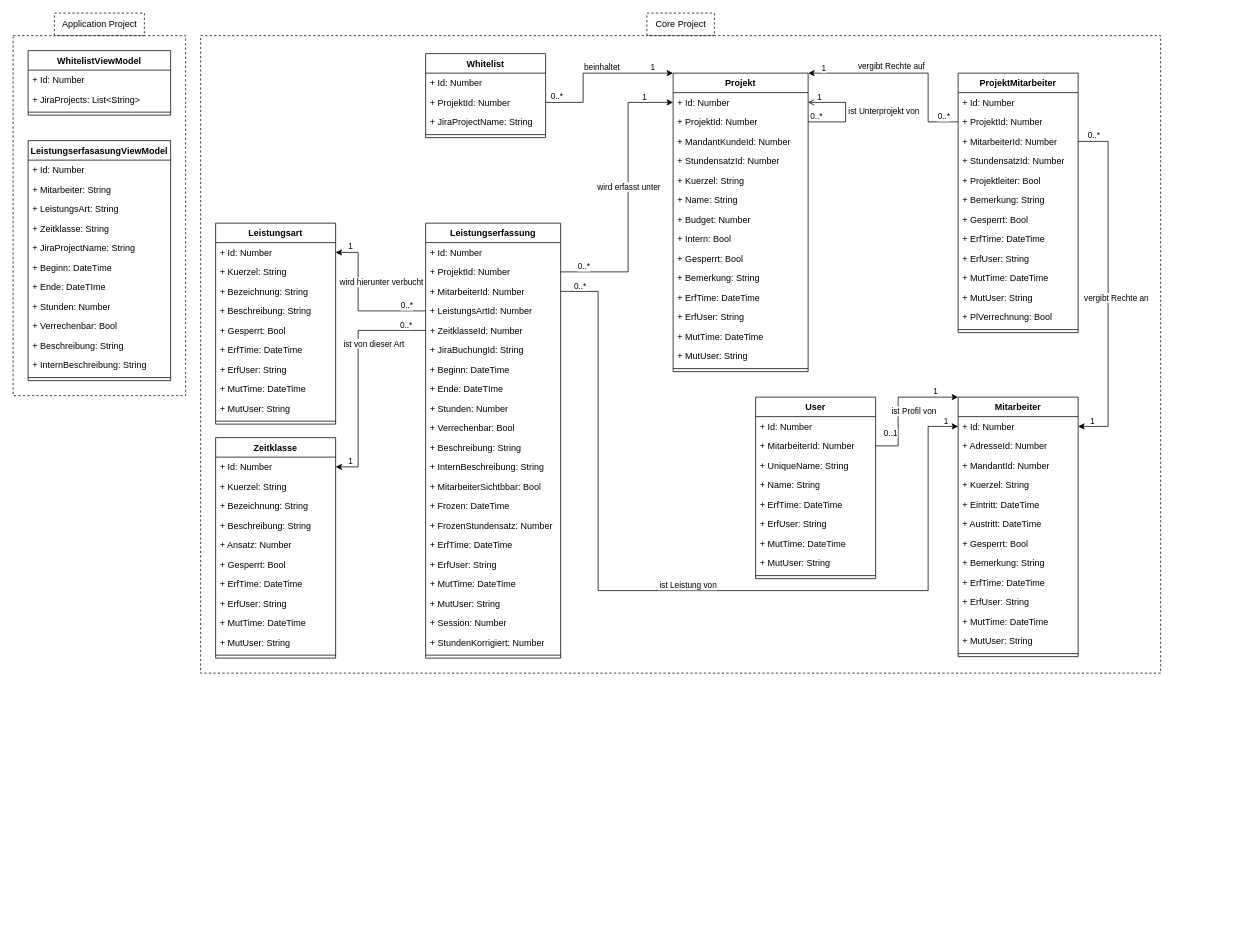
The draw.io diagram Documentation/Architektur/Klassendiagramm.drawio in SIL-Softec/Jira-Synchronizer, before the edit. Source tidied: cells renumbered, new cells numbered last; positions are measured from the earlier drawing's top-left corner, leaving out a move shared by most shapes. Both pictures are drawn from the tidied source at 75%, with x=0, y=0 at pixel (13, 13).
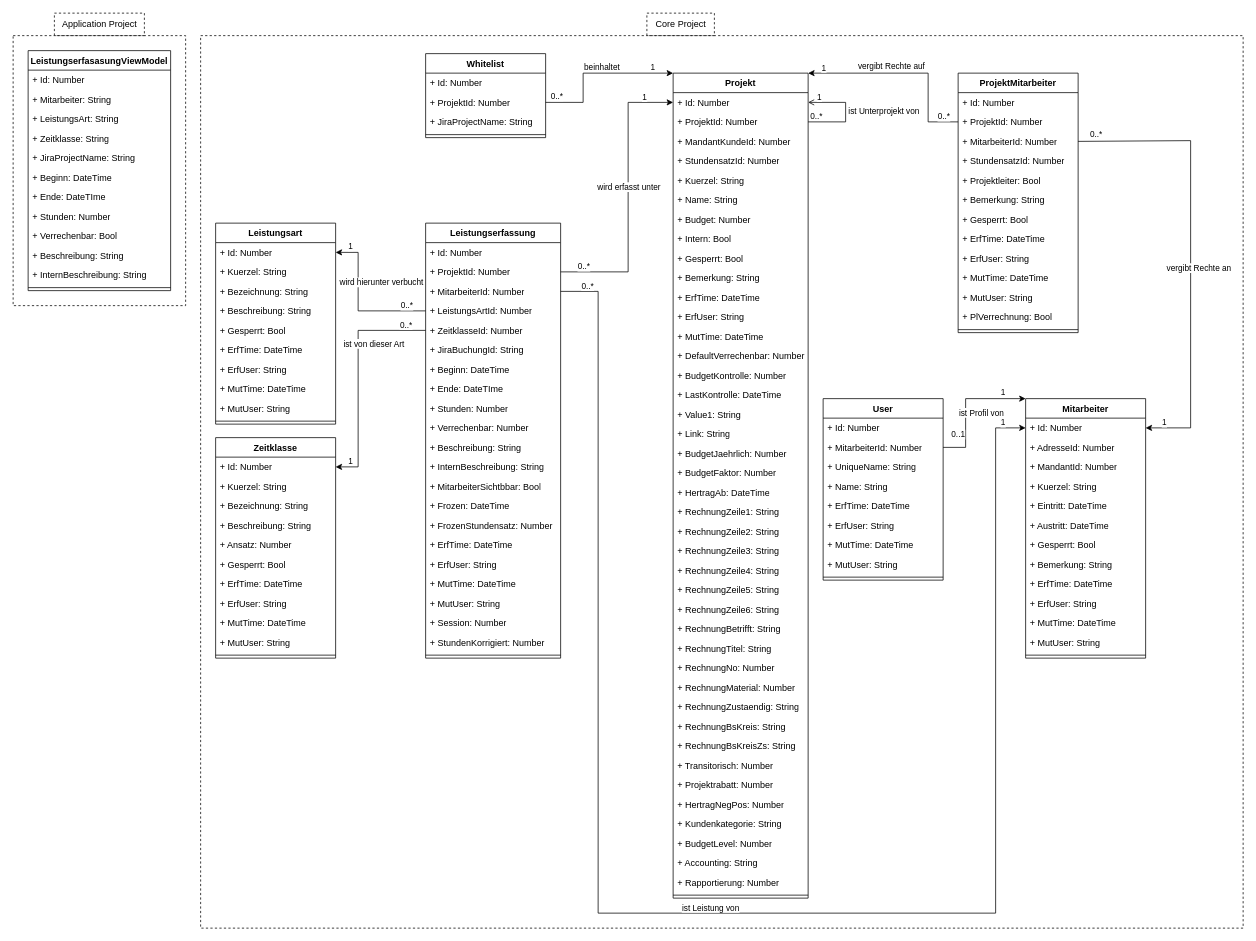
Above is the later version.

The change refers to these unchanged cells:
```xml
<mxCell id="26" value="Leistungserfassung" style="swimlane;fontStyle=1;align=center;verticalAlign=top;horizontal=1;startSize=26;whiteSpace=wrap;html=1;" parent="1" vertex="1">
  <mxGeometry x="550" y="280" width="180" height="580" as="geometry" />
</mxCell>
<mxCell id="29" value="+ MitarbeiterId: Number" style="text;strokeColor=none;fillColor=none;align=left;verticalAlign=top;spacingLeft=4;spacingRight=4;overflow=hidden;points=[[0,0.5],[1,0.5]];portConstraint=eastwest;whiteSpace=wrap;html=1;" parent="26" vertex="1">
  <mxGeometry y="78" width="180" height="26" as="geometry" />
</mxCell>
<mxCell id="72" value="+ MitarbeiterId: Number" style="text;strokeColor=none;fillColor=none;align=left;verticalAlign=top;spacingLeft=4;spacingRight=4;overflow=hidden;points=[[0,0.5],[1,0.5]];portConstraint=eastwest;whiteSpace=wrap;html=1;" parent="69" vertex="1">
  <mxGeometry y="78" width="160" height="26" as="geometry" />
</mxCell>
<mxCell id="107" value="+ Id: Number" style="text;strokeColor=none;fillColor=none;align=left;verticalAlign=top;spacingLeft=4;spacingRight=4;overflow=hidden;points=[[0,0.5],[1,0.5]];portConstraint=eastwest;whiteSpace=wrap;html=1;" parent="106" vertex="1">
  <mxGeometry y="26" width="160" height="26" as="geometry" />
</mxCell>
<mxCell id="122" value="+ MitarbeiterId: Number" style="text;strokeColor=none;fillColor=none;align=left;verticalAlign=top;spacingLeft=4;spacingRight=4;overflow=hidden;points=[[0,0.5],[1,0.5]];portConstraint=eastwest;whiteSpace=wrap;html=1;" parent="120" vertex="1">
  <mxGeometry y="52" width="160" height="26" as="geometry" />
</mxCell>
```

What changed in the source:
```diff
@@
     <mxCell id="2" style="rounded=0;whiteSpace=wrap;html=1;dashed=1;" parent="1" vertex="1">
-      <mxGeometry x="250" y="30" width="1280" height="850" as="geometry" />
+      <mxGeometry x="250" y="30" width="1390" height="1190" as="geometry" />
     </mxCell>
     <mxCell id="3" style="rounded=0;whiteSpace=wrap;html=1;dashed=1;" parent="1" vertex="1">
-      <mxGeometry y="30" width="230" height="480" as="geometry" />
+      <mxGeometry y="30" width="230" height="360" as="geometry" />
     </mxCell>
-    <mxCell id="4" value="WhitelistViewModel" style="swimlane;fontStyle=1;align=center;verticalAlign=top;horizontal=1;startSize=26;whiteSpace=wrap;html=1;" parent="1" vertex="1">
-      <mxGeometry x="20" y="50" width="190" height="86" as="geometry" />
-    </mxCell>
-    <mxCell id="5" value="+ Id: Number" style="text;strokeColor=none;fillColor=none;align=left;verticalAlign=top;spacingLeft=4;spacingRight=4;overflow=hidden;whiteSpace=wrap;html=1;" parent="4" vertex="1">
-      <mxGeometry y="26" width="190" height="26" as="geometry" />
-    </mxCell>
-    <mxCell id="6" value="+ JiraProjects: List&amp;lt;String&amp;gt;" style="text;strokeColor=none;fillColor=none;align=left;verticalAlign=top;spacingLeft=4;spacingRight=4;overflow=hidden;whiteSpace=wrap;html=1;" parent="4" vertex="1">
-      <mxGeometry y="52" width="190" height="26" as="geometry" />
-    </mxCell>
-    <mxCell id="7" style="line;strokeWidth=1;fillColor=none;align=left;verticalAlign=middle;spacingTop=-1;spacingLeft=3;spacingRight=3;labelPosition=right;strokeColor=inherit;" parent="4" vertex="1">
-      <mxGeometry y="78" width="190" height="8" as="geometry" />
-    </mxCell>
     <mxCell id="8" value="LeistungserfasasungViewModel" style="swimlane;fontStyle=1;align=center;verticalAlign=top;horizontal=1;startSize=26;whiteSpace=wrap;html=1;" parent="1" vertex="1">
-      <mxGeometry x="20" y="170" width="190" height="320" as="geometry" />
+      <mxGeometry x="20" y="50" width="190" height="320" as="geometry" />
     </mxCell>
@@
-    <mxCell id="36" value="+ Verrechenbar: Bool" style="text;strokeColor=none;fillColor=none;align=left;verticalAlign=top;spacingLeft=4;spacingRight=4;overflow=hidden;whiteSpace=wrap;html=1;" parent="26" vertex="1">
+    <mxCell id="36" value="+ Verrechenbar: Number" style="text;strokeColor=none;fillColor=none;align=left;verticalAlign=top;spacingLeft=4;spacingRight=4;overflow=hidden;whiteSpace=wrap;html=1;" parent="26" vertex="1">
       <mxGeometry y="260" width="180" height="26" as="geometry" />
     </mxCell>
@@
     <mxCell id="49" value="Projekt" style="swimlane;fontStyle=1;align=center;verticalAlign=top;horizontal=1;startSize=26;whiteSpace=wrap;html=1;" parent="1" vertex="1">
-      <mxGeometry x="880" y="80" width="180" height="398" as="geometry" />
+      <mxGeometry x="880" y="80" width="180" height="1100" as="geometry" />
     </mxCell>
@@
-    <mxCell id="63" value="+ MutUser: String" style="text;strokeColor=none;fillColor=none;align=left;verticalAlign=top;spacingLeft=4;spacingRight=4;overflow=hidden;whiteSpace=wrap;html=1;" parent="49" vertex="1">
-      <mxGeometry y="364" width="180" height="26" as="geometry" />
-    </mxCell>
+    <mxCell id="164" value="+ DefaultVerrechenbar: Number" style="text;strokeColor=none;fillColor=none;align=left;verticalAlign=top;spacingLeft=4;spacingRight=4;overflow=hidden;whiteSpace=wrap;html=1;" parent="49" vertex="1">
+      <mxGeometry y="364" width="180" height="26" as="geometry" />
+    </mxCell>
+    <mxCell id="165" value="+ BudgetKontrolle: Number" style="text;strokeColor=none;fillColor=none;align=left;verticalAlign=top;spacingLeft=4;spacingRight=4;overflow=hidden;whiteSpace=wrap;html=1;" parent="49" vertex="1">
+      <mxGeometry y="390" width="180" height="26" as="geometry" />
+    </mxCell>
+    <mxCell id="166" value="+ LastKontrolle: DateTime" style="text;strokeColor=none;fillColor=none;align=left;verticalAlign=top;spacingLeft=4;spacingRight=4;overflow=hidden;whiteSpace=wrap;html=1;" parent="49" vertex="1">
+      <mxGeometry y="416" width="180" height="26" as="geometry" />
+    </mxCell>
+    <mxCell id="167" value="+ Value1: String" style="text;strokeColor=none;fillColor=none;align=left;verticalAlign=top;spacingLeft=4;spacingRight=4;overflow=hidden;whiteSpace=wrap;html=1;" parent="49" vertex="1">
+      <mxGeometry y="442" width="180" height="26" as="geometry" />
+    </mxCell>
+    <mxCell id="168" value="+ Link: String" style="text;strokeColor=none;fillColor=none;align=left;verticalAlign=top;spacingLeft=4;spacingRight=4;overflow=hidden;whiteSpace=wrap;html=1;" parent="49" vertex="1">
+      <mxGeometry y="468" width="180" height="26" as="geometry" />
+    </mxCell>
+    <mxCell id="169" value="+ BudgetJaehrlich: Number" style="text;strokeColor=none;fillColor=none;align=left;verticalAlign=top;spacingLeft=4;spacingRight=4;overflow=hidden;whiteSpace=wrap;html=1;" parent="49" vertex="1">
+      <mxGeometry y="494" width="180" height="26" as="geometry" />
+    </mxCell>
+    <mxCell id="170" value="+ BudgetFaktor: Number" style="text;strokeColor=none;fillColor=none;align=left;verticalAlign=top;spacingLeft=4;spacingRight=4;overflow=hidden;whiteSpace=wrap;html=1;" parent="49" vertex="1">
+      <mxGeometry y="520" width="180" height="26" as="geometry" />
+    </mxCell>
+    <mxCell id="171" value="+ HertragAb: DateTime" style="text;strokeColor=none;fillColor=none;align=left;verticalAlign=top;spacingLeft=4;spacingRight=4;overflow=hidden;whiteSpace=wrap;html=1;" parent="49" vertex="1">
+      <mxGeometry y="546" width="180" height="26" as="geometry" />
+    </mxCell>
+    <mxCell id="172" value="+ RechnungZeile1: String" style="text;strokeColor=none;fillColor=none;align=left;verticalAlign=top;spacingLeft=4;spacingRight=4;overflow=hidden;whiteSpace=wrap;html=1;" parent="49" vertex="1">
+      <mxGeometry y="572" width="180" height="26" as="geometry" />
+    </mxCell>
+    <mxCell id="173" value="+ RechnungZeile2: String" style="text;strokeColor=none;fillColor=none;align=left;verticalAlign=top;spacingLeft=4;spacingRight=4;overflow=hidden;whiteSpace=wrap;html=1;" parent="49" vertex="1">
+      <mxGeometry y="598" width="180" height="26" as="geometry" />
+    </mxCell>
+    <mxCell id="174" value="+ RechnungZeile3: String" style="text;strokeColor=none;fillColor=none;align=left;verticalAlign=top;spacingLeft=4;spacingRight=4;overflow=hidden;whiteSpace=wrap;html=1;" parent="49" vertex="1">
+      <mxGeometry y="624" width="180" height="26" as="geometry" />
+    </mxCell>
+    <mxCell id="175" value="+ RechnungZeile4: String" style="text;strokeColor=none;fillColor=none;align=left;verticalAlign=top;spacingLeft=4;spacingRight=4;overflow=hidden;whiteSpace=wrap;html=1;" parent="49" vertex="1">
+      <mxGeometry y="650" width="180" height="26" as="geometry" />
+    </mxCell>
+    <mxCell id="176" value="+ RechnungZeile5: String" style="text;strokeColor=none;fillColor=none;align=left;verticalAlign=top;spacingLeft=4;spacingRight=4;overflow=hidden;whiteSpace=wrap;html=1;" parent="49" vertex="1">
+      <mxGeometry y="676" width="180" height="26" as="geometry" />
+    </mxCell>
+    <mxCell id="177" value="+ RechnungZeile6: String" style="text;strokeColor=none;fillColor=none;align=left;verticalAlign=top;spacingLeft=4;spacingRight=4;overflow=hidden;whiteSpace=wrap;html=1;" parent="49" vertex="1">
+      <mxGeometry y="702" width="180" height="26" as="geometry" />
+    </mxCell>
+    <mxCell id="178" value="+ RechnungBetrifft: String" style="text;strokeColor=none;fillColor=none;align=left;verticalAlign=top;spacingLeft=4;spacingRight=4;overflow=hidden;whiteSpace=wrap;html=1;" parent="49" vertex="1">
+      <mxGeometry y="728" width="180" height="26" as="geometry" />
+    </mxCell>
+    <mxCell id="179" value="+ RechnungTitel: String" style="text;strokeColor=none;fillColor=none;align=left;verticalAlign=top;spacingLeft=4;spacingRight=4;overflow=hidden;whiteSpace=wrap;html=1;" parent="49" vertex="1">
+      <mxGeometry y="754" width="180" height="26" as="geometry" />
+    </mxCell>
+    <mxCell id="180" value="+ RechnungNo: Number" style="text;strokeColor=none;fillColor=none;align=left;verticalAlign=top;spacingLeft=4;spacingRight=4;overflow=hidden;whiteSpace=wrap;html=1;" parent="49" vertex="1">
+      <mxGeometry y="780" width="180" height="26" as="geometry" />
+    </mxCell>
+    <mxCell id="181" value="+ RechnungMaterial: Number" style="text;strokeColor=none;fillColor=none;align=left;verticalAlign=top;spacingLeft=4;spacingRight=4;overflow=hidden;whiteSpace=wrap;html=1;" parent="49" vertex="1">
+      <mxGeometry y="806" width="180" height="26" as="geometry" />
+    </mxCell>
+    <mxCell id="182" value="+ RechnungZustaendig: String" style="text;strokeColor=none;fillColor=none;align=left;verticalAlign=top;spacingLeft=4;spacingRight=4;overflow=hidden;whiteSpace=wrap;html=1;" parent="49" vertex="1">
+      <mxGeometry y="832" width="180" height="26" as="geometry" />
+    </mxCell>
+    <mxCell id="183" value="+ RechnungBsKreis: String" style="text;strokeColor=none;fillColor=none;align=left;verticalAlign=top;spacingLeft=4;spacingRight=4;overflow=hidden;whiteSpace=wrap;html=1;" parent="49" vertex="1">
+      <mxGeometry y="858" width="180" height="26" as="geometry" />
+    </mxCell>
+    <mxCell id="184" value="+ RechnungBsKreisZs: String" style="text;strokeColor=none;fillColor=none;align=left;verticalAlign=top;spacingLeft=4;spacingRight=4;overflow=hidden;whiteSpace=wrap;html=1;" parent="49" vertex="1">
+      <mxGeometry y="884" width="180" height="26" as="geometry" />
+    </mxCell>
+    <mxCell id="185" value="+ Transitorisch: Number" style="text;strokeColor=none;fillColor=none;align=left;verticalAlign=top;spacingLeft=4;spacingRight=4;overflow=hidden;whiteSpace=wrap;html=1;" parent="49" vertex="1">
+      <mxGeometry y="910" width="180" height="26" as="geometry" />
+    </mxCell>
+    <mxCell id="186" value="+ Projektrabatt: Number" style="text;strokeColor=none;fillColor=none;align=left;verticalAlign=top;spacingLeft=4;spacingRight=4;overflow=hidden;whiteSpace=wrap;html=1;" parent="49" vertex="1">
+      <mxGeometry y="936" width="180" height="26" as="geometry" />
+    </mxCell>
+    <mxCell id="187" value="+ HertragNegPos: Number" style="text;strokeColor=none;fillColor=none;align=left;verticalAlign=top;spacingLeft=4;spacingRight=4;overflow=hidden;whiteSpace=wrap;html=1;" parent="49" vertex="1">
+      <mxGeometry y="962" width="180" height="26" as="geometry" />
+    </mxCell>
+    <mxCell id="188" value="+ Kundenkategorie: String" style="text;strokeColor=none;fillColor=none;align=left;verticalAlign=top;spacingLeft=4;spacingRight=4;overflow=hidden;whiteSpace=wrap;html=1;" parent="49" vertex="1">
+      <mxGeometry y="988" width="180" height="26" as="geometry" />
+    </mxCell>
+    <mxCell id="189" value="+ BudgetLevel: Number" style="text;strokeColor=none;fillColor=none;align=left;verticalAlign=top;spacingLeft=4;spacingRight=4;overflow=hidden;whiteSpace=wrap;html=1;" parent="49" vertex="1">
+      <mxGeometry y="1014" width="180" height="26" as="geometry" />
+    </mxCell>
+    <mxCell id="190" value="+ Accounting: String" style="text;strokeColor=none;fillColor=none;align=left;verticalAlign=top;spacingLeft=4;spacingRight=4;overflow=hidden;whiteSpace=wrap;html=1;" parent="49" vertex="1">
+      <mxGeometry y="1040" width="180" height="26" as="geometry" />
+    </mxCell>
+    <mxCell id="191" value="+ Rapportierung: Number" style="text;strokeColor=none;fillColor=none;align=left;verticalAlign=top;spacingLeft=4;spacingRight=4;overflow=hidden;whiteSpace=wrap;html=1;" parent="49" vertex="1">
+      <mxGeometry y="1066" width="180" height="26" as="geometry" />
+    </mxCell>
     <mxCell id="64" style="line;strokeWidth=1;fillColor=none;align=left;verticalAlign=middle;spacingTop=-1;spacingLeft=3;spacingRight=3;labelPosition=right;strokeColor=inherit;" parent="49" vertex="1">
-      <mxGeometry y="390" width="180" height="8" as="geometry" />
+      <mxGeometry y="1092" width="180" height="8" as="geometry" />
     </mxCell>
@@
     <mxCell id="106" value="Mitarbeiter" style="swimlane;fontStyle=1;align=center;verticalAlign=top;horizontal=1;startSize=26;whiteSpace=wrap;html=1;" parent="1" vertex="1">
-      <mxGeometry x="1260" y="512" width="160" height="346" as="geometry" />
+      <mxGeometry x="1350" y="514" width="160" height="346" as="geometry" />
     </mxCell>
@@
     <mxCell id="120" value="User" style="swimlane;fontStyle=1;align=center;verticalAlign=top;horizontal=1;startSize=26;whiteSpace=wrap;html=1;" parent="1" vertex="1">
-      <mxGeometry x="990" y="512" width="160" height="242" as="geometry" />
+      <mxGeometry x="1080" y="514" width="160" height="242" as="geometry" />
     </mxCell>
@@
     <mxCell id="131" style="endArrow=classic;html=1;rounded=0;exitX=1;exitY=0.5;exitDx=0;exitDy=0;entryX=0;entryY=0;entryDx=0;entryDy=0;" parent="1" edge="1" source="122" target="106">
       <mxGeometry relative="1" as="geometry">
         <Array as="points">
-          <mxPoint x="1180" y="577" />
-          <mxPoint x="1180" y="512" />
+          <mxPoint x="1270" y="579" />
+          <mxPoint x="1270" y="514" />
         </Array>
       </mxGeometry>
     </mxCell>
@@
     <mxCell id="143" style="endArrow=classic;html=1;rounded=0;exitX=1;exitY=0.5;exitDx=0;exitDy=0;entryX=1;entryY=0.5;entryDx=0;entryDy=0;" parent="1" edge="1" source="72" target="107">
       <mxGeometry relative="1" as="geometry">
         <Array as="points">
-          <mxPoint x="1460" y="171" />
-          <mxPoint x="1460" y="551" />
+          <mxPoint x="1570" y="170" />
+          <mxPoint x="1570" y="553" />
         </Array>
       </mxGeometry>
     </mxCell>
@@
     <mxCell id="151" style="endArrow=classic;html=1;rounded=0;exitX=1;exitY=0.5;exitDx=0;exitDy=0;entryX=0;entryY=0.5;entryDx=0;entryDy=0;" parent="1" edge="1" source="29" target="107">
       <mxGeometry relative="1" as="geometry">
         <Array as="points">
           <mxPoint x="780" y="371" />
-          <mxPoint x="780" y="770" />
-          <mxPoint x="1220" y="770" />
-          <mxPoint x="1220" y="551" />
+          <mxPoint x="780" y="1200" />
+          <mxPoint x="1310" y="1200" />
+          <mxPoint x="1310" y="553" />
         </Array>
       </mxGeometry>
     </mxCell>
```
